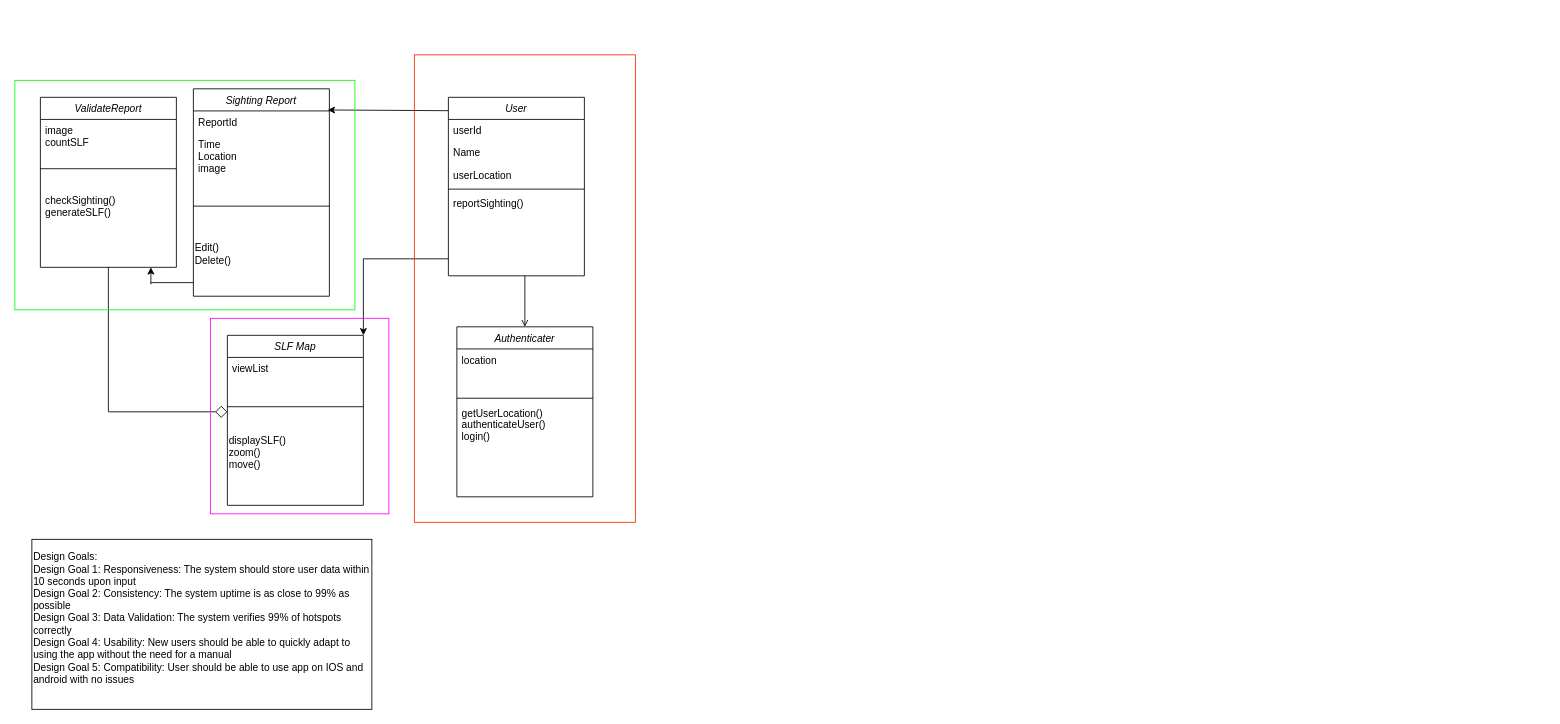
This is analysisObjectModel.drawio from sirfan123/1530, a draw.io file, before an edit. Source tidied: cells renumbered, new cells numbered last; positions are measured from the earlier drawing's top-left corner, leaving out a move shared by most shapes. Both pictures are drawn from the tidied source at 85%, with x=0, y=0 at pixel (14, 54).
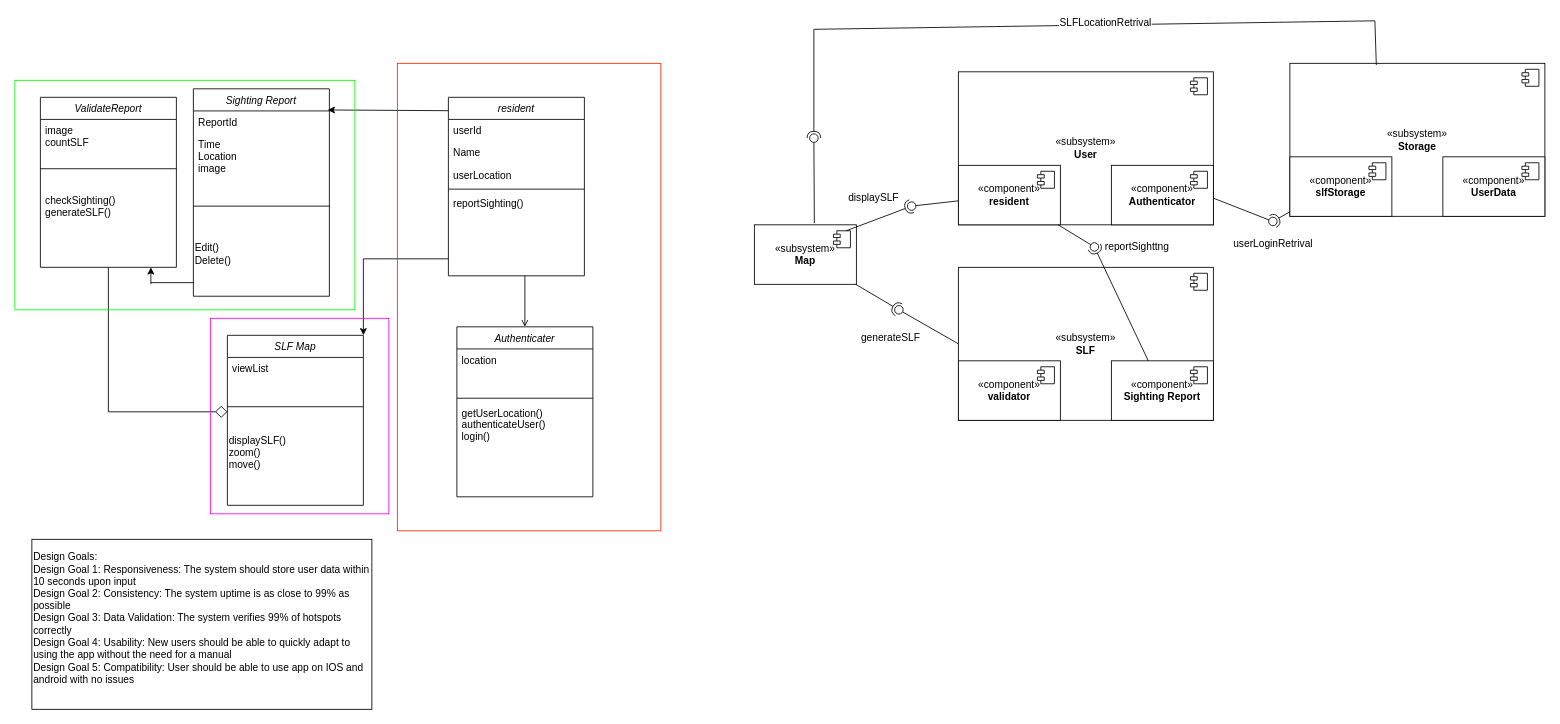
The same page after the edit.

Diff of the diagram source:
```diff
@@
-    <mxCell id="12" value="User" style="swimlane;fontStyle=2;align=center;verticalAlign=top;horizontal=1;startSize=26;rounded=0;shadow=0;strokeWidth=1;" parent="1" vertex="1">
+    <mxCell id="12" value="resident" style="swimlane;fontStyle=2;align=center;verticalAlign=top;horizontal=1;startSize=26;rounded=0;shadow=0;strokeWidth=1;" parent="1" vertex="1">
       <mxGeometry x="510" y="50" width="160" height="210" as="geometry" />
     </mxCell>
@@
     <mxCell id="32" style="rounded=0;whiteSpace=wrap;html=1;fillColor=none;strokeColor=#ff2600;" parent="1" vertex="1">
-      <mxGeometry x="470" width="260" height="550" as="geometry" />
+      <mxGeometry x="450" y="10" width="310" height="550" as="geometry" />
     </mxCell>
@@
+    <mxCell id="36" value="«subsystem»&lt;br&gt;&lt;b&gt;User&lt;/b&gt;" style="html=1;whiteSpace=wrap;" parent="1" vertex="1">
+      <mxGeometry x="1110" y="20" width="300" height="180" as="geometry" />
+    </mxCell>
+    <mxCell id="37" style="shape=module;jettyWidth=8;jettyHeight=4;" parent="36" vertex="1">
+      <mxGeometry x="1" width="20" height="20" relative="1" as="geometry">
+        <mxPoint x="-27" y="7" as="offset" />
+      </mxGeometry>
+    </mxCell>
+    <mxCell id="38" value="«component»&lt;br&gt;&lt;b&gt;resident&lt;/b&gt;" style="html=1;whiteSpace=wrap;" parent="1" vertex="1">
+      <mxGeometry x="1110" y="130" width="120" height="70" as="geometry" />
+    </mxCell>
+    <mxCell id="39" style="shape=module;jettyWidth=8;jettyHeight=4;" parent="38" vertex="1">
+      <mxGeometry x="1" width="20" height="20" relative="1" as="geometry">
+        <mxPoint x="-27" y="7" as="offset" />
+      </mxGeometry>
+    </mxCell>
+    <mxCell id="40" value="«component»&lt;br&gt;&lt;b&gt;Authenticator&lt;/b&gt;" style="html=1;whiteSpace=wrap;" parent="1" vertex="1">
+      <mxGeometry x="1290" y="130" width="120" height="70" as="geometry" />
+    </mxCell>
+    <mxCell id="41" style="shape=module;jettyWidth=8;jettyHeight=4;" parent="40" vertex="1">
+      <mxGeometry x="1" width="20" height="20" relative="1" as="geometry">
+        <mxPoint x="-27" y="7" as="offset" />
+      </mxGeometry>
+    </mxCell>
+    <mxCell id="42" value="«subsystem»&lt;br&gt;&lt;b&gt;Map&lt;/b&gt;" style="html=1;whiteSpace=wrap;" parent="1" vertex="1">
+      <mxGeometry x="870" y="200" width="120" height="70" as="geometry" />
+    </mxCell>
+    <mxCell id="43" style="shape=module;jettyWidth=8;jettyHeight=4;" parent="42" vertex="1">
+      <mxGeometry x="1" width="20" height="20" relative="1" as="geometry">
+        <mxPoint x="-27" y="7" as="offset" />
+      </mxGeometry>
+    </mxCell>
+    <mxCell id="44" value="«subsystem»&lt;br&gt;&lt;b&gt;SLF&lt;/b&gt;" style="html=1;whiteSpace=wrap;" parent="1" vertex="1">
+      <mxGeometry x="1110" y="250" width="300" height="180" as="geometry" />
+    </mxCell>
+    <mxCell id="45" style="shape=module;jettyWidth=8;jettyHeight=4;" parent="44" vertex="1">
+      <mxGeometry x="1" width="20" height="20" relative="1" as="geometry">
+        <mxPoint x="-27" y="7" as="offset" />
+      </mxGeometry>
+    </mxCell>
+    <mxCell id="46" value="«component»&lt;br&gt;&lt;b&gt;validator&lt;/b&gt;" style="html=1;whiteSpace=wrap;" parent="1" vertex="1">
+      <mxGeometry x="1110" y="360" width="120" height="70" as="geometry" />
+    </mxCell>
+    <mxCell id="47" style="shape=module;jettyWidth=8;jettyHeight=4;" parent="46" vertex="1">
+      <mxGeometry x="1" width="20" height="20" relative="1" as="geometry">
+        <mxPoint x="-27" y="7" as="offset" />
+      </mxGeometry>
+    </mxCell>
+    <mxCell id="48" value="«component»&lt;br&gt;&lt;b&gt;Sighting Report&lt;/b&gt;" style="html=1;whiteSpace=wrap;" parent="1" vertex="1">
+      <mxGeometry x="1290" y="360" width="120" height="70" as="geometry" />
+    </mxCell>
+    <mxCell id="49" style="shape=module;jettyWidth=8;jettyHeight=4;" parent="48" vertex="1">
+      <mxGeometry x="1" width="20" height="20" relative="1" as="geometry">
+        <mxPoint x="-27" y="7" as="offset" />
+      </mxGeometry>
+    </mxCell>
+    <mxCell id="50" style="ellipse;whiteSpace=wrap;html=1;align=center;fillColor=none;strokeColor=none;perimeter=centerPerimeter;verticalAlign=middle;fontFamily=Helvetica;fontSize=12;fontColor=default;" parent="1" vertex="1">
+      <mxGeometry x="990" y="425" width="10" height="10" as="geometry" />
+    </mxCell>
+    <mxCell id="51" style="rounded=0;jettySize=auto;html=1;endArrow=halfCircle;endFill=0;endSize=6;strokeWidth=1;sketch=0;fontFamily=Helvetica;fontSize=12;fontColor=default;" parent="1" edge="1" source="42">
+      <mxGeometry relative="1" as="geometry">
+        <mxPoint x="1040" y="300" as="targetPoint" />
+      </mxGeometry>
+    </mxCell>
+    <mxCell id="52" style="rounded=0;jettySize=auto;html=1;endArrow=oval;endFill=0;sketch=0;sourcePerimeterSpacing=0;targetPerimeterSpacing=0;endSize=10;fontFamily=Helvetica;fontSize=12;fontColor=default;exitX=0;exitY=0.5;exitDx=0;exitDy=0;" parent="1" edge="1" source="44">
+      <mxGeometry relative="1" as="geometry">
+        <mxPoint x="1040" y="300" as="targetPoint" />
+      </mxGeometry>
+    </mxCell>
+    <mxCell id="53" style="ellipse;whiteSpace=wrap;html=1;align=center;fillColor=none;strokeColor=none;perimeter=centerPerimeter;verticalAlign=middle;fontFamily=Helvetica;fontSize=12;fontColor=default;" parent="1" vertex="1">
+      <mxGeometry x="1055" y="321" width="10" height="10" as="geometry" />
+    </mxCell>
+    <mxCell id="54" value="generateSLF" style="text;html=1;align=center;verticalAlign=middle;strokeColor=none;fillColor=none;fontSize=12;fontFamily=Helvetica;fontColor=default;" parent="1" vertex="1">
+      <mxGeometry x="985" y="318" width="90" height="30" as="geometry" />
+    </mxCell>
+    <mxCell id="55" style="rounded=0;jettySize=auto;html=1;endArrow=halfCircle;endFill=0;endSize=6;strokeWidth=1;sketch=0;fontFamily=Helvetica;fontSize=12;fontColor=default;" parent="1" edge="1" source="48" target="57">
+      <mxGeometry relative="1" as="geometry" />
+    </mxCell>
+    <mxCell id="56" style="rounded=0;jettySize=auto;html=1;endArrow=oval;endFill=0;sketch=0;sourcePerimeterSpacing=0;targetPerimeterSpacing=0;endSize=10;fontFamily=Helvetica;fontSize=12;fontColor=default;" parent="1" edge="1" source="38" target="57">
+      <mxGeometry relative="1" as="geometry" />
+    </mxCell>
+    <mxCell id="57" style="ellipse;whiteSpace=wrap;html=1;align=center;fillColor=none;strokeColor=none;perimeter=centerPerimeter;points=[];outlineConnect=1;verticalAlign=middle;fontFamily=Helvetica;fontSize=12;fontColor=default;" parent="1" vertex="1">
+      <mxGeometry x="1265" y="221" width="10" height="10" as="geometry" />
+    </mxCell>
+    <mxCell id="58" value="reportSighttng" style="text;html=1;align=center;verticalAlign=middle;strokeColor=none;fillColor=none;fontSize=12;fontFamily=Helvetica;fontColor=default;" parent="1" vertex="1">
+      <mxGeometry x="1270" y="211" width="100" height="30" as="geometry" />
+    </mxCell>
+    <mxCell id="59" style="rounded=0;jettySize=auto;html=1;endArrow=halfCircle;endFill=0;endSize=6;strokeWidth=1;sketch=0;fontFamily=Helvetica;fontSize=12;fontColor=default;exitX=0.75;exitY=0;exitDx=0;exitDy=0;" parent="1" edge="1" source="43" target="61">
+      <mxGeometry relative="1" as="geometry" />
+    </mxCell>
+    <mxCell id="60" style="rounded=0;jettySize=auto;html=1;endArrow=oval;endFill=0;sketch=0;sourcePerimeterSpacing=0;targetPerimeterSpacing=0;endSize=10;fontFamily=Helvetica;fontSize=12;fontColor=default;" parent="1" edge="1" source="38" target="61">
+      <mxGeometry relative="1" as="geometry" />
+    </mxCell>
+    <mxCell id="61" style="ellipse;whiteSpace=wrap;html=1;align=center;fillColor=none;strokeColor=none;perimeter=centerPerimeter;points=[];outlineConnect=1;verticalAlign=middle;fontFamily=Helvetica;fontSize=12;fontColor=default;" parent="1" vertex="1">
+      <mxGeometry x="1050" y="173" width="10" height="10" as="geometry" />
+    </mxCell>
+    <mxCell id="62" value="displaySLF" style="text;html=1;align=center;verticalAlign=middle;strokeColor=none;fillColor=none;fontSize=12;fontFamily=Helvetica;fontColor=default;" parent="1" vertex="1">
+      <mxGeometry x="970" y="153" width="80" height="30" as="geometry" />
+    </mxCell>
+    <mxCell id="63" value="«subsystem»&lt;br&gt;&lt;b&gt;Storage&lt;/b&gt;" style="html=1;whiteSpace=wrap;" parent="1" vertex="1">
+      <mxGeometry x="1500" y="10" width="300" height="180" as="geometry" />
+    </mxCell>
+    <mxCell id="64" style="shape=module;jettyWidth=8;jettyHeight=4;" parent="63" vertex="1">
+      <mxGeometry x="1" width="20" height="20" relative="1" as="geometry">
+        <mxPoint x="-27" y="7" as="offset" />
+      </mxGeometry>
+    </mxCell>
+    <mxCell id="65" value="«component»&lt;br&gt;&lt;b&gt;slfStorage&lt;/b&gt;" style="html=1;whiteSpace=wrap;" parent="1" vertex="1">
+      <mxGeometry x="1500" y="120" width="120" height="70" as="geometry" />
+    </mxCell>
+    <mxCell id="66" style="shape=module;jettyWidth=8;jettyHeight=4;" parent="65" vertex="1">
+      <mxGeometry x="1" width="20" height="20" relative="1" as="geometry">
+        <mxPoint x="-27" y="7" as="offset" />
+      </mxGeometry>
+    </mxCell>
+    <mxCell id="67" value="«component»&lt;br&gt;&lt;b&gt;UserData&lt;/b&gt;" style="html=1;whiteSpace=wrap;" parent="1" vertex="1">
+      <mxGeometry x="1680" y="120" width="120" height="70" as="geometry" />
+    </mxCell>
+    <mxCell id="68" style="shape=module;jettyWidth=8;jettyHeight=4;" parent="67" vertex="1">
+      <mxGeometry x="1" width="20" height="20" relative="1" as="geometry">
+        <mxPoint x="-27" y="7" as="offset" />
+      </mxGeometry>
+    </mxCell>
+    <mxCell id="69" style="rounded=0;jettySize=auto;html=1;endArrow=halfCircle;endFill=0;endSize=6;strokeWidth=1;sketch=0;fontFamily=Helvetica;fontSize=12;fontColor=default;" parent="1" edge="1" source="63" target="71">
+      <mxGeometry relative="1" as="geometry" />
+    </mxCell>
+    <mxCell id="70" style="rounded=0;jettySize=auto;html=1;endArrow=oval;endFill=0;sketch=0;sourcePerimeterSpacing=0;targetPerimeterSpacing=0;endSize=10;fontFamily=Helvetica;fontSize=12;fontColor=default;" parent="1" edge="1" source="36" target="71">
+      <mxGeometry relative="1" as="geometry" />
+    </mxCell>
+    <mxCell id="71" style="ellipse;whiteSpace=wrap;html=1;align=center;fillColor=none;strokeColor=none;perimeter=centerPerimeter;points=[];outlineConnect=1;verticalAlign=middle;fontFamily=Helvetica;fontSize=12;fontColor=default;" parent="1" vertex="1">
+      <mxGeometry x="1475" y="191" width="10" height="10" as="geometry" />
+    </mxCell>
+    <mxCell id="72" value="userLoginRetrival" style="text;html=1;align=center;verticalAlign=middle;strokeColor=none;fillColor=none;fontSize=12;fontFamily=Helvetica;fontColor=default;" parent="1" vertex="1">
+      <mxGeometry x="1420" y="208" width="120" height="30" as="geometry" />
+    </mxCell>
+    <mxCell id="73" style="rounded=0;jettySize=auto;html=1;endArrow=halfCircle;endFill=0;endSize=6;strokeWidth=1;sketch=0;fontFamily=Helvetica;fontSize=12;fontColor=default;exitX=0.339;exitY=0.011;exitDx=0;exitDy=0;exitPerimeter=0;" parent="1" edge="1" source="63" target="76">
+      <mxGeometry relative="1" as="geometry">
+        <Array as="points">
+          <mxPoint x="1600" y="-40" />
+          <mxPoint x="940" y="-30" />
+        </Array>
+      </mxGeometry>
+    </mxCell>
+    <mxCell id="74" value="SLFLocationRetrival" style="edgeLabel;html=1;align=center;verticalAlign=middle;fontSize=12;fontFamily=Helvetica;fontColor=default;" parent="73" vertex="1">
+      <mxGeometry x="-0.12" y="-2" relative="1" as="geometry" />
+    </mxCell>
+    <mxCell id="75" style="rounded=0;jettySize=auto;html=1;endArrow=oval;endFill=0;sketch=0;sourcePerimeterSpacing=0;targetPerimeterSpacing=0;endSize=10;fontFamily=Helvetica;fontSize=12;fontColor=default;exitX=0.588;exitY=-0.031;exitDx=0;exitDy=0;exitPerimeter=0;" parent="1" edge="1" source="42" target="76">
+      <mxGeometry relative="1" as="geometry" />
+    </mxCell>
+    <mxCell id="76" style="ellipse;whiteSpace=wrap;html=1;align=center;fillColor=none;strokeColor=none;perimeter=centerPerimeter;points=[];outlineConnect=1;verticalAlign=middle;fontFamily=Helvetica;fontSize=12;fontColor=default;" parent="1" vertex="1">
+      <mxGeometry x="935" y="93" width="10" height="10" as="geometry" />
+    </mxCell>
```
